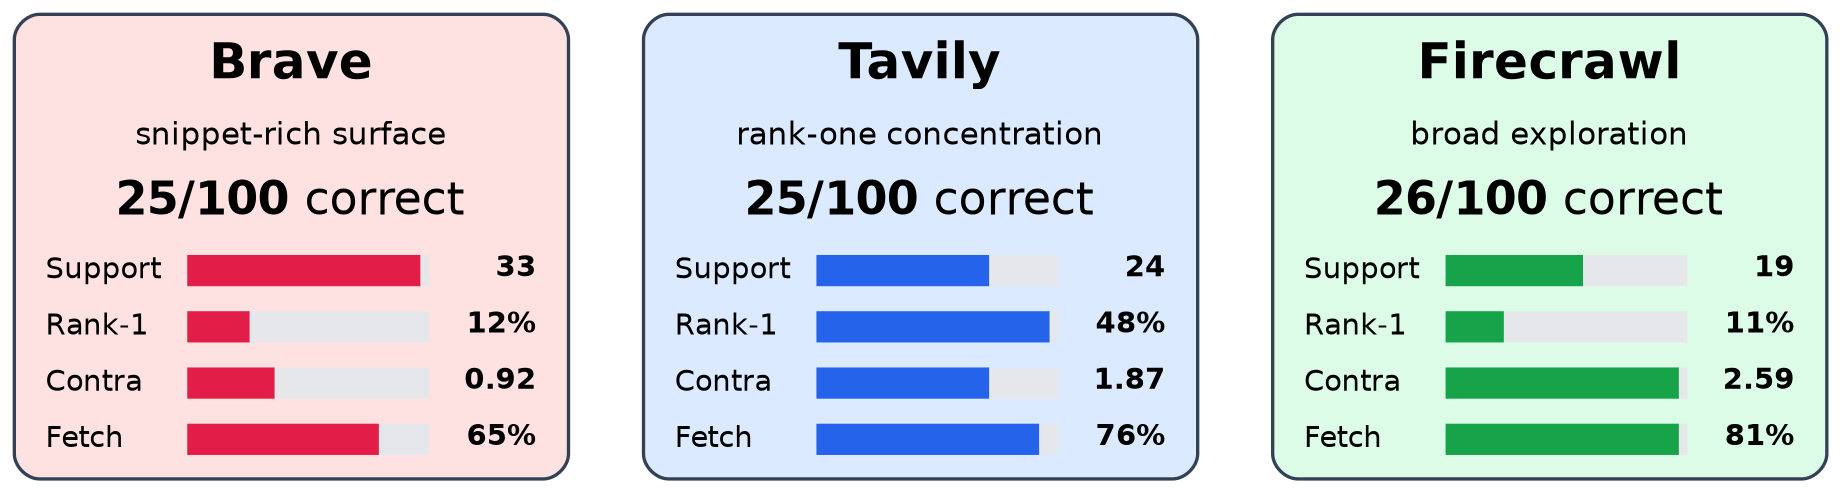
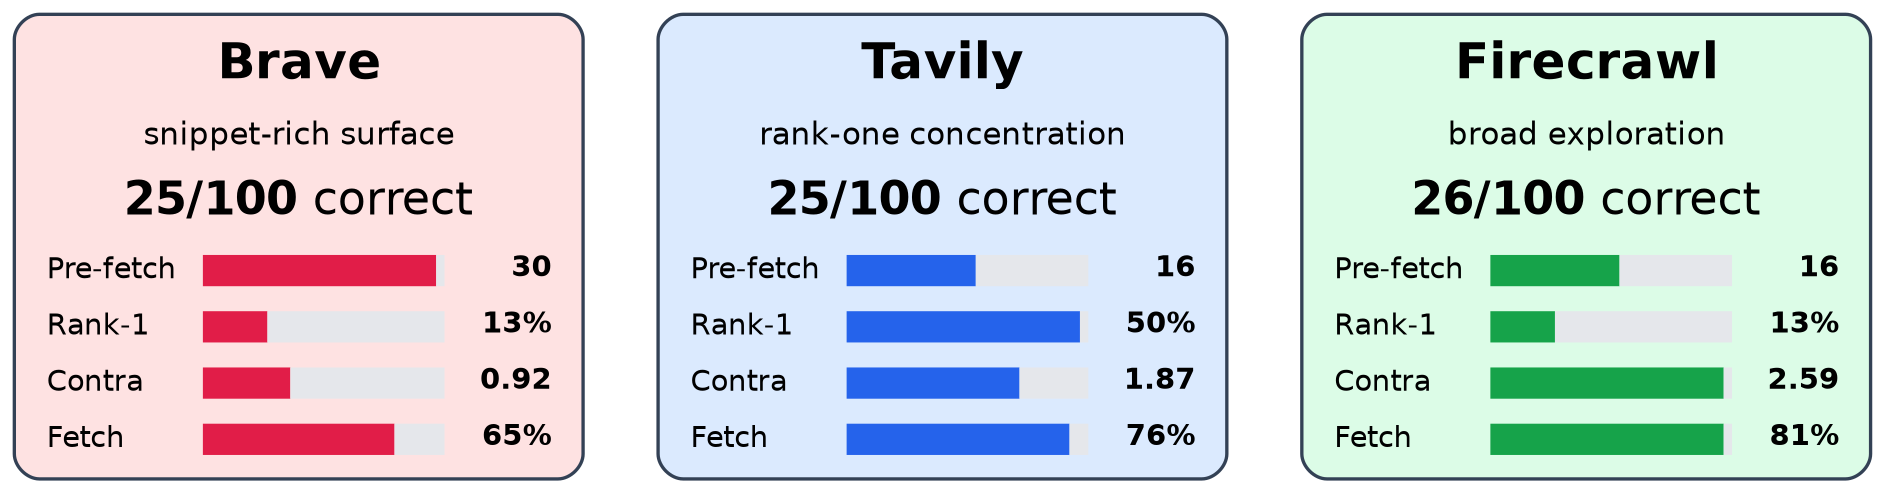
digraph G {
  graph [rankdir=LR, bgcolor="white", margin=0.04, nodesep=0.45, ranksep=0.50, splines=ortho, fontname="Helvetica"];
  node [shape=box, style="rounded,filled", fontname="Helvetica", fontsize=16, margin="0.12,0.08", penwidth=1.6];
  edge [style=invis];
  brave [label=<
<TABLE BORDER="0" CELLBORDER="0" CELLSPACING="0" CELLPADDING="6">
  <TR><TD COLSPAN="3"><FONT POINT-SIZE="24"><B>Brave</B></FONT></TD></TR>
  <TR><TD COLSPAN="3"><FONT POINT-SIZE="15">snippet-rich surface</FONT></TD></TR>
  <TR><TD COLSPAN="3"><FONT POINT-SIZE="22"><B>25/100</B> correct</FONT></TD></TR>
  <TR>
-     <TD ALIGN="LEFT" WIDTH="66"><FONT POINT-SIZE="14">Support</FONT></TD>
+     <TD ALIGN="LEFT" WIDTH="66"><FONT POINT-SIZE="14">Pre-fetch</FONT></TD>
    <TD><TABLE BORDER="0" CELLBORDER="0" CELLSPACING="0" CELLPADDING="0">
  <TR><TD WIDTH="112" HEIGHT="9" BGCOLOR="#E11D48"></TD><TD WIDTH="4" HEIGHT="9" BGCOLOR="#E5E7EB"></TD></TR>
</TABLE></TD>
-     <TD WIDTH="52" ALIGN="RIGHT"><FONT POINT-SIZE="14"><B>33</B></FONT></TD>
+     <TD WIDTH="52" ALIGN="RIGHT"><FONT POINT-SIZE="14"><B>30</B></FONT></TD>
  </TR>  <TR>
    <TD ALIGN="LEFT" WIDTH="66"><FONT POINT-SIZE="14">Rank-1</FONT></TD>
    <TD><TABLE BORDER="0" CELLBORDER="0" CELLSPACING="0" CELLPADDING="0">
-   <TR><TD WIDTH="28" HEIGHT="9" BGCOLOR="#E11D48"></TD><TD WIDTH="84" HEIGHT="9" BGCOLOR="#E5E7EB"></TD></TR>
+   <TR><TD WIDTH="29" HEIGHT="9" BGCOLOR="#E11D48"></TD><TD WIDTH="83" HEIGHT="9" BGCOLOR="#E5E7EB"></TD></TR>
</TABLE></TD>
-     <TD WIDTH="52" ALIGN="RIGHT"><FONT POINT-SIZE="14"><B>12%</B></FONT></TD>
+     <TD WIDTH="52" ALIGN="RIGHT"><FONT POINT-SIZE="14"><B>13%</B></FONT></TD>
  </TR>  <TR>
    <TD ALIGN="LEFT" WIDTH="66"><FONT POINT-SIZE="14">Contra</FONT></TD>
    <TD><TABLE BORDER="0" CELLBORDER="0" CELLSPACING="0" CELLPADDING="0">
  <TR><TD WIDTH="40" HEIGHT="9" BGCOLOR="#E11D48"></TD><TD WIDTH="72" HEIGHT="9" BGCOLOR="#E5E7EB"></TD></TR>
</TABLE></TD>
    <TD WIDTH="52" ALIGN="RIGHT"><FONT POINT-SIZE="14"><B>0.92</B></FONT></TD>
  </TR>  <TR>
    <TD ALIGN="LEFT" WIDTH="66"><FONT POINT-SIZE="14">Fetch</FONT></TD>
    <TD><TABLE BORDER="0" CELLBORDER="0" CELLSPACING="0" CELLPADDING="0">
  <TR><TD WIDTH="90" HEIGHT="9" BGCOLOR="#E11D48"></TD><TD WIDTH="22" HEIGHT="9" BGCOLOR="#E5E7EB"></TD></TR>
</TABLE></TD>
    <TD WIDTH="52" ALIGN="RIGHT"><FONT POINT-SIZE="14"><B>65%</B></FONT></TD>
  </TR>
</TABLE>
>, fillcolor="#FEE2E2", color="#334155"];
  tavily [label=<
<TABLE BORDER="0" CELLBORDER="0" CELLSPACING="0" CELLPADDING="6">
  <TR><TD COLSPAN="3"><FONT POINT-SIZE="24"><B>Tavily</B></FONT></TD></TR>
  <TR><TD COLSPAN="3"><FONT POINT-SIZE="15">rank-one concentration</FONT></TD></TR>
  <TR><TD COLSPAN="3"><FONT POINT-SIZE="22"><B>25/100</B> correct</FONT></TD></TR>
  <TR>
-     <TD ALIGN="LEFT" WIDTH="66"><FONT POINT-SIZE="14">Support</FONT></TD>
+     <TD ALIGN="LEFT" WIDTH="66"><FONT POINT-SIZE="14">Pre-fetch</FONT></TD>
    <TD><TABLE BORDER="0" CELLBORDER="0" CELLSPACING="0" CELLPADDING="0">
-   <TR><TD WIDTH="81" HEIGHT="9" BGCOLOR="#2563EB"></TD><TD WIDTH="31" HEIGHT="9" BGCOLOR="#E5E7EB"></TD></TR>
+   <TR><TD WIDTH="60" HEIGHT="9" BGCOLOR="#2563EB"></TD><TD WIDTH="52" HEIGHT="9" BGCOLOR="#E5E7EB"></TD></TR>
</TABLE></TD>
-     <TD WIDTH="52" ALIGN="RIGHT"><FONT POINT-SIZE="14"><B>24</B></FONT></TD>
+     <TD WIDTH="52" ALIGN="RIGHT"><FONT POINT-SIZE="14"><B>16</B></FONT></TD>
  </TR>  <TR>
    <TD ALIGN="LEFT" WIDTH="66"><FONT POINT-SIZE="14">Rank-1</FONT></TD>
    <TD><TABLE BORDER="0" CELLBORDER="0" CELLSPACING="0" CELLPADDING="0">
  <TR><TD WIDTH="112" HEIGHT="9" BGCOLOR="#2563EB"></TD><TD WIDTH="4" HEIGHT="9" BGCOLOR="#E5E7EB"></TD></TR>
</TABLE></TD>
-     <TD WIDTH="52" ALIGN="RIGHT"><FONT POINT-SIZE="14"><B>48%</B></FONT></TD>
+     <TD WIDTH="52" ALIGN="RIGHT"><FONT POINT-SIZE="14"><B>50%</B></FONT></TD>
  </TR>  <TR>
    <TD ALIGN="LEFT" WIDTH="66"><FONT POINT-SIZE="14">Contra</FONT></TD>
    <TD><TABLE BORDER="0" CELLBORDER="0" CELLSPACING="0" CELLPADDING="0">
  <TR><TD WIDTH="81" HEIGHT="9" BGCOLOR="#2563EB"></TD><TD WIDTH="31" HEIGHT="9" BGCOLOR="#E5E7EB"></TD></TR>
</TABLE></TD>
    <TD WIDTH="52" ALIGN="RIGHT"><FONT POINT-SIZE="14"><B>1.87</B></FONT></TD>
  </TR>  <TR>
    <TD ALIGN="LEFT" WIDTH="66"><FONT POINT-SIZE="14">Fetch</FONT></TD>
    <TD><TABLE BORDER="0" CELLBORDER="0" CELLSPACING="0" CELLPADDING="0">
  <TR><TD WIDTH="105" HEIGHT="9" BGCOLOR="#2563EB"></TD><TD WIDTH="7" HEIGHT="9" BGCOLOR="#E5E7EB"></TD></TR>
</TABLE></TD>
    <TD WIDTH="52" ALIGN="RIGHT"><FONT POINT-SIZE="14"><B>76%</B></FONT></TD>
  </TR>
</TABLE>
>, fillcolor="#DBEAFE", color="#334155"];
  firecrawl [label=<
<TABLE BORDER="0" CELLBORDER="0" CELLSPACING="0" CELLPADDING="6">
  <TR><TD COLSPAN="3"><FONT POINT-SIZE="24"><B>Firecrawl</B></FONT></TD></TR>
  <TR><TD COLSPAN="3"><FONT POINT-SIZE="15">broad exploration</FONT></TD></TR>
  <TR><TD COLSPAN="3"><FONT POINT-SIZE="22"><B>26/100</B> correct</FONT></TD></TR>
  <TR>
-     <TD ALIGN="LEFT" WIDTH="66"><FONT POINT-SIZE="14">Support</FONT></TD>
+     <TD ALIGN="LEFT" WIDTH="66"><FONT POINT-SIZE="14">Pre-fetch</FONT></TD>
    <TD><TABLE BORDER="0" CELLBORDER="0" CELLSPACING="0" CELLPADDING="0">
-   <TR><TD WIDTH="64" HEIGHT="9" BGCOLOR="#16A34A"></TD><TD WIDTH="48" HEIGHT="9" BGCOLOR="#E5E7EB"></TD></TR>
+   <TR><TD WIDTH="60" HEIGHT="9" BGCOLOR="#16A34A"></TD><TD WIDTH="52" HEIGHT="9" BGCOLOR="#E5E7EB"></TD></TR>
</TABLE></TD>
-     <TD WIDTH="52" ALIGN="RIGHT"><FONT POINT-SIZE="14"><B>19</B></FONT></TD>
+     <TD WIDTH="52" ALIGN="RIGHT"><FONT POINT-SIZE="14"><B>16</B></FONT></TD>
  </TR>  <TR>
    <TD ALIGN="LEFT" WIDTH="66"><FONT POINT-SIZE="14">Rank-1</FONT></TD>
    <TD><TABLE BORDER="0" CELLBORDER="0" CELLSPACING="0" CELLPADDING="0">
-   <TR><TD WIDTH="26" HEIGHT="9" BGCOLOR="#16A34A"></TD><TD WIDTH="86" HEIGHT="9" BGCOLOR="#E5E7EB"></TD></TR>
+   <TR><TD WIDTH="29" HEIGHT="9" BGCOLOR="#16A34A"></TD><TD WIDTH="83" HEIGHT="9" BGCOLOR="#E5E7EB"></TD></TR>
</TABLE></TD>
-     <TD WIDTH="52" ALIGN="RIGHT"><FONT POINT-SIZE="14"><B>11%</B></FONT></TD>
+     <TD WIDTH="52" ALIGN="RIGHT"><FONT POINT-SIZE="14"><B>13%</B></FONT></TD>
  </TR>  <TR>
    <TD ALIGN="LEFT" WIDTH="66"><FONT POINT-SIZE="14">Contra</FONT></TD>
    <TD><TABLE BORDER="0" CELLBORDER="0" CELLSPACING="0" CELLPADDING="0">
  <TR><TD WIDTH="112" HEIGHT="9" BGCOLOR="#16A34A"></TD><TD WIDTH="4" HEIGHT="9" BGCOLOR="#E5E7EB"></TD></TR>
</TABLE></TD>
    <TD WIDTH="52" ALIGN="RIGHT"><FONT POINT-SIZE="14"><B>2.59</B></FONT></TD>
  </TR>  <TR>
    <TD ALIGN="LEFT" WIDTH="66"><FONT POINT-SIZE="14">Fetch</FONT></TD>
    <TD><TABLE BORDER="0" CELLBORDER="0" CELLSPACING="0" CELLPADDING="0">
  <TR><TD WIDTH="112" HEIGHT="9" BGCOLOR="#16A34A"></TD><TD WIDTH="4" HEIGHT="9" BGCOLOR="#E5E7EB"></TD></TR>
</TABLE></TD>
    <TD WIDTH="52" ALIGN="RIGHT"><FONT POINT-SIZE="14"><B>81%</B></FONT></TD>
  </TR>
</TABLE>
>, fillcolor="#DCFCE7", color="#334155"];
  brave -> tavily -> firecrawl;
}
